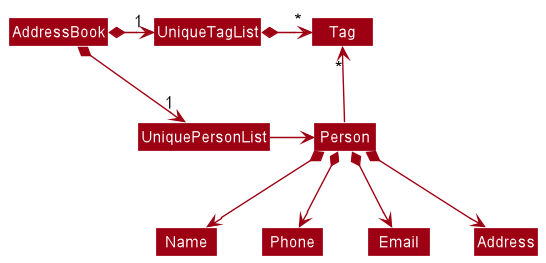
Before: docs/images/BetterModelClassDiagram.png, a diagram exported from PlantUML (nus-cs2103-AY2223S1/tp).
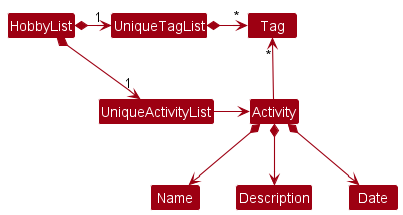
After the commit.

Change to the diagram source:
```diff
@@ -4,18 +4,17 @@
 skinparam arrowColor MODEL_COLOR
 skinparam classBackgroundColor MODEL_COLOR
 
-AddressBook *-right-> "1" UniquePersonList
-AddressBook *-right-> "1" UniqueTagList
-UniqueTagList -[hidden]down- UniquePersonList
-UniqueTagList -[hidden]down- UniquePersonList
+HobbyList *-right-> "1" UniqueActivityList
+HobbyList *-right-> "1" UniqueTagList
+UniqueTagList -[hidden]down- UniqueActivityList
+UniqueTagList -[hidden]down- UniqueActivityList
 
 UniqueTagList *-right-> "*" Tag
-UniquePersonList -right-> Person
+UniqueActivityList -right-> Activity
 
-Person -up-> "*" Tag
+Activity -up-> "*" Tag
 
-Person *--> Name
-Person *--> Phone
-Person *--> Email
-Person *--> Address
+Activity *--> Name
+Activity *--> Description
+Activity *--> Date
 @enduml
```
